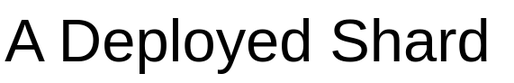
Earlier version of the draw.io export docs/media/DeployedShard.svg (xingzhou/containercafe). Source tidied: cells renumbered, new cells last; positions are measured from the earlier drawing's top-left corner, leaving out a move shared by most shapes. Its diagram source:
```xml
<mxGraphModel background="#ffffff">
  <root>
    <mxCell id="0" />
    <mxCell id="1" parent="0" />
    <mxCell id="2" value="A Deployed Shard" style="text;html=1;points=[];align=left;verticalAlign=top;spacingTop=-4;fontSize=48;" parent="1" vertex="1">
      <mxGeometry width="405" height="63" as="geometry" />
    </mxCell>
  </root>
</mxGraphModel>
```
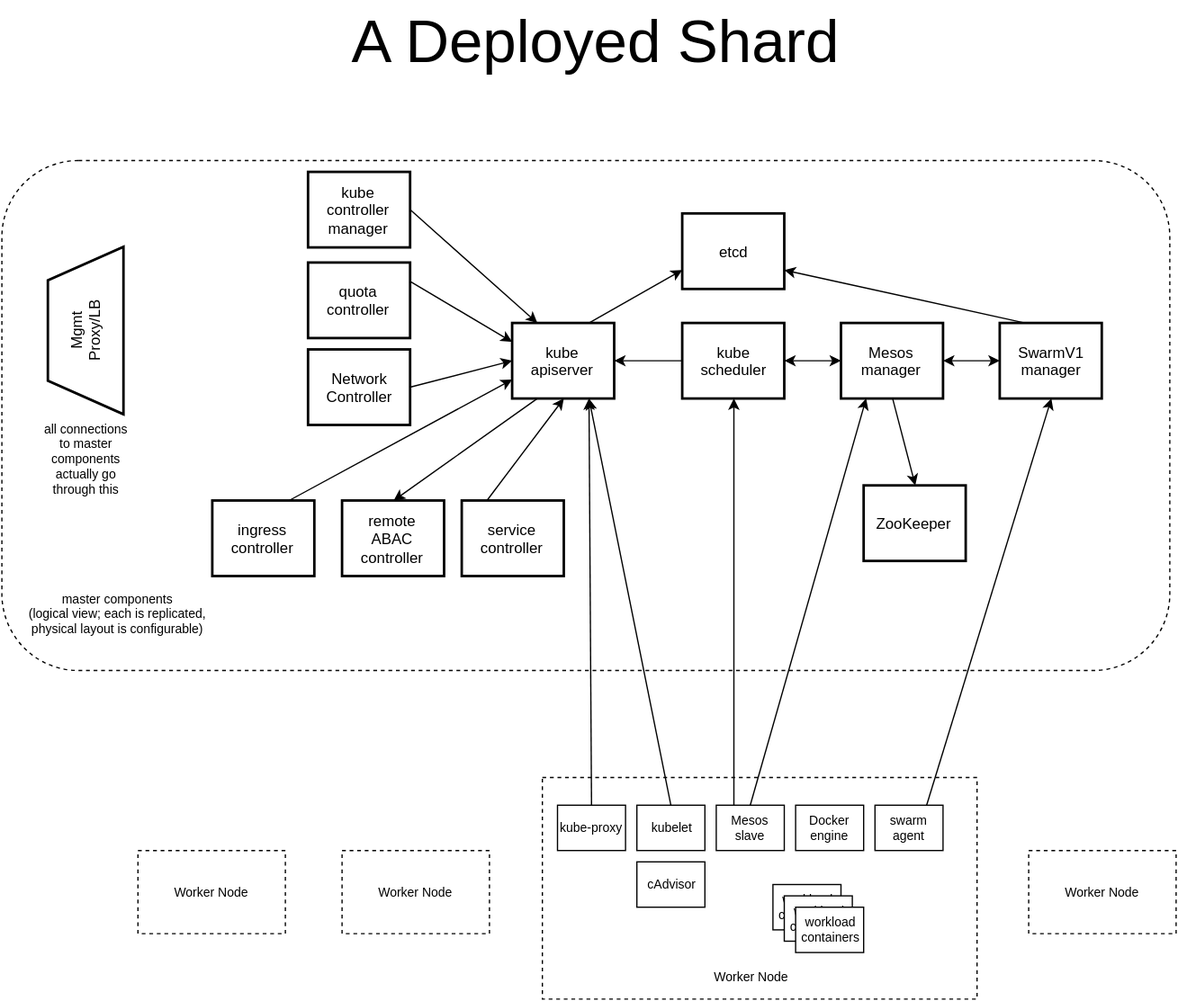
Later version of the same file.

Commit message:
Fixed botched SVG export

What changed in the source:
```diff
@@ -2,8 +2,149 @@
   <root>
     <mxCell id="0" />
     <mxCell id="1" parent="0" />
+    <mxCell id="3" style="whiteSpace=wrap;html=1;rounded=1;shadow=0;comic=0;strokeWidth=1;fillColor=none;fontSize=10;dashed=1;" parent="1" vertex="1">
+      <mxGeometry x="-405" y="-129" width="927" height="405" as="geometry" />
+    </mxCell>
+    <mxCell id="4" style="whiteSpace=wrap;html=1;rounded=0;shadow=0;comic=0;strokeWidth=1;fillColor=none;fontSize=10;dashed=1;" parent="1" vertex="1">
+      <mxGeometry x="24" y="361" width="345" height="176" as="geometry" />
+    </mxCell>
-    <mxCell id="2" value="A Deployed Shard" style="text;html=1;points=[];align=left;verticalAlign=top;spacingTop=-4;fontSize=48;" parent="1" vertex="1">
-      <mxGeometry width="405" height="63" as="geometry" />
+    <mxCell id="2" value="kube&lt;div&gt;apiserver&lt;/div&gt;" style="whiteSpace=wrap;html=1;strokeWidth=2;fillColor=none;fontSize=12;" parent="1" vertex="1">
+      <mxGeometry width="81" height="60" as="geometry" />
     </mxCell>
+    <mxCell id="5" value="kube&lt;div&gt;scheduler&lt;/div&gt;" style="whiteSpace=wrap;html=1;strokeWidth=2;fillColor=none;fontSize=12;" parent="1" vertex="1">
+      <mxGeometry x="135" width="81" height="60" as="geometry" />
+    </mxCell>
+    <mxCell id="6" value="kube&lt;div&gt;controller&lt;/div&gt;&lt;div&gt;manager&lt;/div&gt;" style="whiteSpace=wrap;html=1;strokeWidth=2;fillColor=none;fontSize=12;" parent="1" vertex="1">
+      <mxGeometry x="-162" y="-120" width="81" height="60" as="geometry" />
+    </mxCell>
+    <mxCell id="7" value="etcd" style="whiteSpace=wrap;html=1;strokeWidth=2;fillColor=none;fontSize=12;" parent="1" vertex="1">
+      <mxGeometry x="135" y="-87" width="81" height="60" as="geometry" />
+    </mxCell>
+    <mxCell id="8" value="ZooKeeper" style="whiteSpace=wrap;html=1;strokeWidth=2;fillColor=none;fontSize=12;" parent="1" vertex="1">
+      <mxGeometry x="279" y="129" width="81" height="60" as="geometry" />
+    </mxCell>
+    <mxCell id="9" value="SwarmV1&lt;div&gt;manager&lt;/div&gt;" style="whiteSpace=wrap;html=1;strokeWidth=2;fillColor=none;fontSize=12;" parent="1" vertex="1">
+      <mxGeometry x="387" width="81" height="60" as="geometry" />
+    </mxCell>
+    <mxCell id="10" value="Mgmt&lt;div&gt;Proxy/LB&lt;/div&gt;" style="shape=trapezoid;whiteSpace=wrap;html=1;strokeWidth=2;fillColor=none;fontSize=12;rotation=-90;rounded=0;comic=0;shadow=0;" parent="1" vertex="1">
+      <mxGeometry x="-405" y="-24" width="133" height="60" as="geometry" />
+    </mxCell>
+    <mxCell id="11" value="Mesos&lt;div&gt;manager&lt;/div&gt;" style="whiteSpace=wrap;html=1;strokeWidth=2;fillColor=none;fontSize=12;" parent="1" vertex="1">
+      <mxGeometry x="261" width="81" height="60" as="geometry" />
+    </mxCell>
+    <mxCell id="12" value="quota&lt;br&gt;&lt;div&gt;controller&lt;/div&gt;" style="whiteSpace=wrap;html=1;strokeWidth=2;fillColor=none;fontSize=12;" parent="1" vertex="1">
+      <mxGeometry x="-162" y="-48" width="81" height="60" as="geometry" />
+    </mxCell>
+    <mxCell id="13" value="service&lt;div&gt;controller&lt;/div&gt;" style="whiteSpace=wrap;html=1;strokeWidth=2;fillColor=none;fontSize=12;" parent="1" vertex="1">
+      <mxGeometry x="-40" y="141" width="81" height="60" as="geometry" />
+    </mxCell>
+    <mxCell id="14" value="&lt;div&gt;ingress&lt;/div&gt;&lt;div&gt;controller&lt;/div&gt;" style="whiteSpace=wrap;html=1;strokeWidth=2;fillColor=none;fontSize=12;" parent="1" vertex="1">
+      <mxGeometry x="-238" y="141" width="81" height="60" as="geometry" />
+    </mxCell>
+    <mxCell id="15" value="&lt;div&gt;remote&lt;/div&gt;&lt;div&gt;ABAC&lt;/div&gt;&lt;div&gt;controller&lt;/div&gt;" style="whiteSpace=wrap;html=1;strokeWidth=2;fillColor=none;fontSize=12;" parent="1" vertex="1">
+      <mxGeometry x="-135" y="141" width="81" height="60" as="geometry" />
+    </mxCell>
+    <mxCell id="16" style="endArrow=classic;html=1;fontSize=12;entryX=0.5;entryY=0;exitX=0.5;exitY=1;" parent="1" edge="1" source="11" target="8">
+      <mxGeometry relative="1" as="geometry" />
+    </mxCell>
+    <mxCell id="17" style="endArrow=classic;startArrow=classic;html=1;fontSize=12;entryX=1;entryY=0.5;exitX=0;exitY=0.5;" parent="1" edge="1" source="9" target="11">
+      <mxGeometry relative="1" as="geometry" />
+    </mxCell>
+    <mxCell id="18" style="endArrow=classic;startArrow=classic;html=1;fontSize=12;entryX=0;entryY=0.5;exitX=1;exitY=0.5;" parent="1" edge="1" source="5" target="11">
+      <mxGeometry x="675.7" y="234.3" as="geometry" />
+    </mxCell>
+    <mxCell id="19" style="endArrow=classic;html=1;fontSize=12;entryX=0;entryY=0.75;exitX=0.75;exitY=0;" parent="1" edge="1" source="2" target="7">
+      <mxGeometry x="847" y="174.3" as="geometry" />
+    </mxCell>
+    <mxCell id="20" style="endArrow=classic;html=1;fontSize=12;entryX=1;entryY=0.75;exitX=0.25;exitY=0;" parent="1" edge="1" source="9" target="7">
+      <mxGeometry x="856" y="183.3" as="geometry" />
+    </mxCell>
+    <mxCell id="21" style="endArrow=classic;html=1;fontSize=12;entryX=0.25;entryY=0;exitX=1;exitY=0.5;" parent="1" edge="1" source="6" target="2">
+      <mxGeometry x="856" y="183.3" as="geometry" />
+    </mxCell>
+    <mxCell id="22" style="endArrow=classic;html=1;fontSize=12;entryX=0;entryY=0.25;exitX=1;exitY=0.25;" parent="1" edge="1" source="12" target="2">
+      <mxGeometry x="865" y="192.3" as="geometry" />
+    </mxCell>
+    <mxCell id="23" style="endArrow=classic;html=1;fontSize=12;entryX=0.5;entryY=0;exitX=0.25;exitY=1;" parent="1" edge="1" source="2" target="15">
+      <mxGeometry x="874" y="201.3" as="geometry" />
+    </mxCell>
+    <mxCell id="24" style="endArrow=classic;html=1;fontSize=12;entryX=0.5;entryY=1;exitX=0.25;exitY=0;" parent="1" edge="1" source="13" target="2">
+      <mxGeometry x="883" y="210.3" as="geometry" />
+    </mxCell>
+    <mxCell id="25" style="endArrow=classic;html=1;fontSize=12;entryX=0;entryY=0.75;exitX=0.75;exitY=0;" parent="1" edge="1" source="14" target="2">
+      <mxGeometry x="892" y="219.3" as="geometry" />
+    </mxCell>
+    <mxCell id="26" style="endArrow=classic;html=1;fontSize=12;entryX=1;entryY=0.5;exitX=0;exitY=0.5;" parent="1" edge="1" source="5" target="2">
+      <mxGeometry x="901" y="228.3" as="geometry" />
+    </mxCell>
+    <mxCell id="27" value="A Deployed Shard" style="text;html=1;align=left;verticalAlign=top;spacingTop=-4;fontSize=48;" parent="1" vertex="1">
+      <mxGeometry x="-129" y="-255" width="405" height="63" as="geometry" />
+    </mxCell>
+    <mxCell id="28" value="&lt;div&gt;Mesos&lt;/div&gt;&lt;div&gt;slave&lt;/div&gt;" style="whiteSpace=wrap;html=1;strokeWidth=1;fillColor=none;fontSize=10;" parent="1" vertex="1">
+      <mxGeometry x="162" y="383" width="54" height="36" as="geometry" />
+    </mxCell>
+    <mxCell id="29" value="&lt;div&gt;kube-proxy&lt;/div&gt;" style="whiteSpace=wrap;html=1;strokeWidth=1;fillColor=none;fontSize=10;fontColor=#000000;" parent="1" vertex="1">
+      <mxGeometry x="36" y="383" width="54" height="36" as="geometry" />
+    </mxCell>
+    <mxCell id="30" value="&lt;div&gt;cAdvisor&lt;/div&gt;" style="whiteSpace=wrap;html=1;strokeWidth=1;fillColor=none;fontSize=10;" parent="1" vertex="1">
+      <mxGeometry x="99" y="428" width="54" height="36" as="geometry" />
+    </mxCell>
+    <mxCell id="31" value="&lt;div&gt;kubelet&lt;/div&gt;" style="whiteSpace=wrap;html=1;strokeWidth=1;fillColor=none;fontSize=10;" parent="1" vertex="1">
+      <mxGeometry x="99" y="383" width="54" height="36" as="geometry" />
+    </mxCell>
+    <mxCell id="32" value="&lt;div&gt;swarm agent&lt;/div&gt;" style="whiteSpace=wrap;html=1;strokeWidth=1;fillColor=none;fontSize=10;" parent="1" vertex="1">
+      <mxGeometry x="288" y="383" width="54" height="36" as="geometry" />
+    </mxCell>
+    <mxCell id="33" value="&lt;div&gt;workload&lt;/div&gt;&lt;div&gt;containers&lt;/div&gt;" style="whiteSpace=wrap;html=1;strokeWidth=1;fillColor=#ffffff;fontSize=10;" parent="1" vertex="1">
+      <mxGeometry x="207" y="446" width="54" height="36" as="geometry" />
+    </mxCell>
+    <mxCell id="34" value="Worker Node" style="text;html=1;strokeColor=none;fillColor=none;align=center;verticalAlign=middle;whiteSpace=wrap;rounded=0;shadow=0;comic=0;fontSize=10;" parent="1" vertex="1">
+      <mxGeometry x="153" y="509" width="72" height="20" as="geometry" />
+    </mxCell>
+    <mxCell id="35" value="&lt;div&gt;Docker&lt;/div&gt;&lt;div&gt;engine&lt;/div&gt;" style="whiteSpace=wrap;html=1;strokeWidth=1;fillColor=none;fontSize=10;" parent="1" vertex="1">
+      <mxGeometry x="225" y="383" width="54" height="36" as="geometry" />
+    </mxCell>
+    <mxCell id="36" style="endArrow=classic;html=1;fontSize=12;entryX=0.75;entryY=1;exitX=0.5;exitY=0;" parent="1" edge="1" source="31" target="2">
+      <mxGeometry x="901" y="228.3" as="geometry" />
+    </mxCell>
+    <mxCell id="37" style="endArrow=classic;html=1;fontSize=12;entryX=0.25;entryY=1;exitX=0.5;exitY=0;" parent="1" edge="1" source="28" target="11">
+      <mxGeometry x="910" y="237.3" as="geometry" />
+    </mxCell>
+    <mxCell id="38" style="endArrow=classic;html=1;fontSize=12;entryX=0.5;entryY=1;exitX=0.75;exitY=0;" parent="1" edge="1" source="32" target="9">
+      <mxGeometry x="919" y="246.3" as="geometry" />
+    </mxCell>
+    <mxCell id="39" style="endArrow=classic;html=1;fontSize=12;entryX=0.75;entryY=1;exitX=0.5;exitY=0;" parent="1" edge="1" source="29" target="2">
+      <mxGeometry x="910" y="237.3" as="geometry" />
+    </mxCell>
+    <mxCell id="40" value="&lt;div&gt;workload&lt;/div&gt;&lt;div&gt;containers&lt;/div&gt;" style="whiteSpace=wrap;html=1;strokeWidth=1;fillColor=#ffffff;fontSize=10;" parent="1" vertex="1">
+      <mxGeometry x="216" y="455" width="54" height="36" as="geometry" />
+    </mxCell>
+    <mxCell id="41" value="&lt;div&gt;workload&lt;/div&gt;&lt;div&gt;containers&lt;/div&gt;" style="whiteSpace=wrap;html=1;strokeWidth=1;fillColor=#ffffff;fontSize=10;" parent="1" vertex="1">
+      <mxGeometry x="225" y="464" width="54" height="36" as="geometry" />
+    </mxCell>
+    <mxCell id="42" value="Worker Node" style="text;html=1;strokeColor=#000000;fillColor=none;align=center;verticalAlign=middle;whiteSpace=wrap;rounded=0;shadow=0;comic=0;fontSize=10;dashed=1;" parent="1" vertex="1">
+      <mxGeometry x="410" y="419" width="117" height="66" as="geometry" />
+    </mxCell>
+    <mxCell id="43" value="Worker Node" style="text;html=1;strokeColor=#000000;fillColor=none;align=center;verticalAlign=middle;whiteSpace=wrap;rounded=0;shadow=0;comic=0;fontSize=10;dashed=1;" parent="1" vertex="1">
+      <mxGeometry x="-135" y="419" width="117" height="66" as="geometry" />
+    </mxCell>
+    <mxCell id="44" value="Worker Node" style="text;html=1;strokeColor=#000000;fillColor=none;align=center;verticalAlign=middle;whiteSpace=wrap;rounded=0;shadow=0;comic=0;fontSize=10;dashed=1;" parent="1" vertex="1">
+      <mxGeometry x="-297" y="419" width="117" height="66" as="geometry" />
+    </mxCell>
+    <mxCell id="45" style="endArrow=classic;html=1;fontSize=12;entryX=0.5;entryY=1;exitX=0.25;exitY=0;" parent="1" edge="1" source="28" target="5">
+      <mxGeometry x="919" y="246.3" as="geometry" />
+    </mxCell>
+    <mxCell id="46" value="all connections to master components actually go through this" style="text;html=1;strokeColor=none;fillColor=none;align=center;verticalAlign=middle;whiteSpace=wrap;rounded=0;shadow=0;comic=0;fontSize=10;" parent="1" vertex="1">
+      <mxGeometry x="-374" y="72" width="72" height="72" as="geometry" />
+    </mxCell>
+    <mxCell id="47" value="master components&lt;div&gt;(logical view; each is replicated, physical layout is configurable)&lt;/div&gt;" style="text;html=1;strokeColor=none;fillColor=none;align=center;verticalAlign=middle;whiteSpace=wrap;rounded=0;shadow=0;comic=0;fontSize=10;" parent="1" vertex="1">
+      <mxGeometry x="-388" y="195" width="150" height="72" as="geometry" />
+    </mxCell>
+    <mxCell id="48" value="Network&lt;div&gt;Controller&lt;/div&gt;" style="whiteSpace=wrap;html=1;strokeWidth=2;fillColor=none;fontSize=12;" parent="1" vertex="1">
+      <mxGeometry x="-162" y="21" width="81" height="60" as="geometry" />
+    </mxCell>
+    <mxCell id="49" style="endArrow=classic;html=1;fontSize=12;entryX=0;entryY=0.5;exitX=1;exitY=0.5;" parent="1" edge="1" source="48" target="2">
+      <mxGeometry x="874" y="201.3" as="geometry" />
+    </mxCell>
   </root>
 </mxGraphModel>
```
